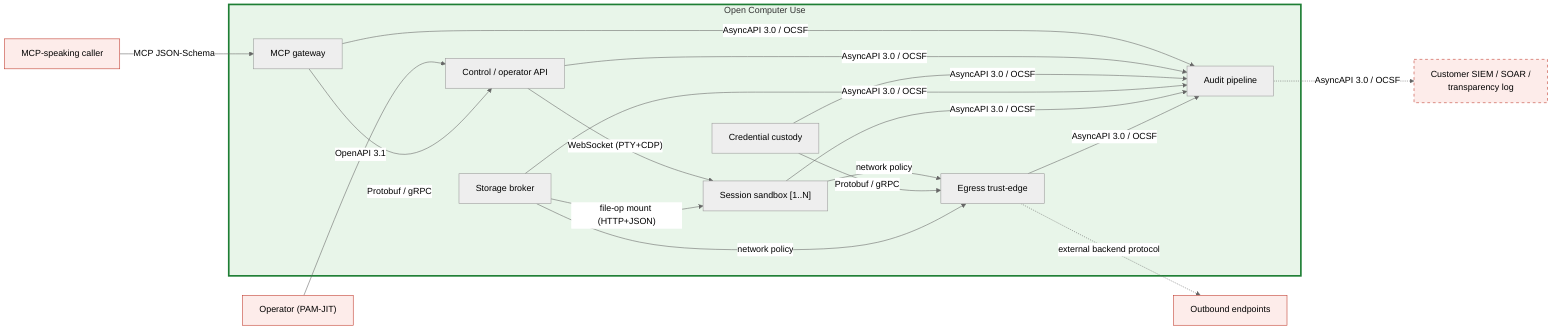
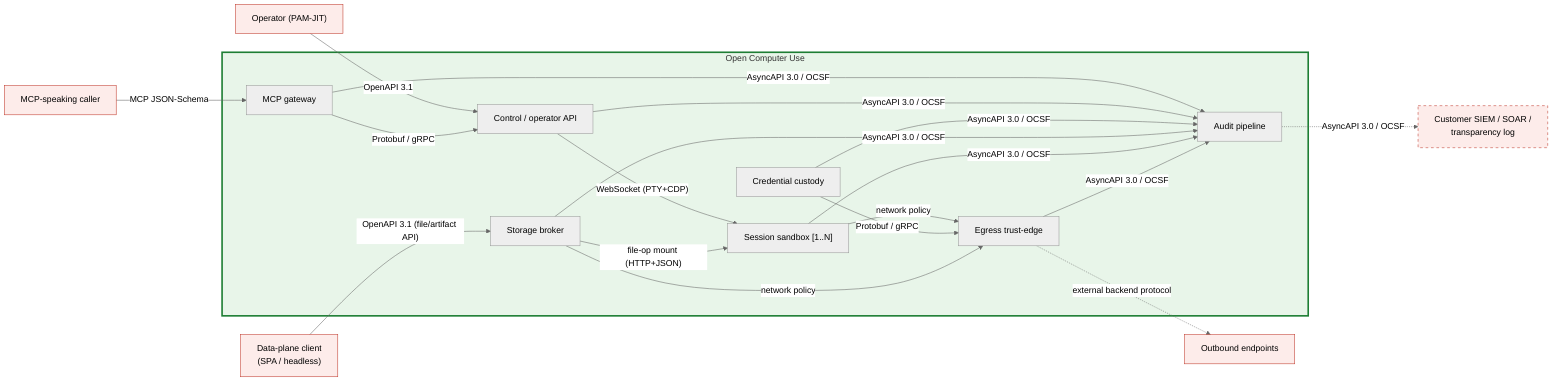
%% SPDX-License-Identifier: FSL-1.1-Apache-2.0
%% Copyright (c) 2025 Open Computer Use Contributors
%% Layer 8 (Contracts) overlay. Referenced from docs/architecture/08-contracts.md.
%% Same seven containers as diagrams/c4-container.mmd; edge labels carry the CONTRACT FORMAT
%% on each crossing, not the token/protocol. Zone shading is not redrawn — see Layer 3/6.
%% Solid = OCU-defined or conform-inbound; dashed = external party owns the wire format.

%%{init: {"theme": "neutral"} }%%
flowchart LR

    PEER["MCP-speaking caller"]:::ext
    OPER["Operator (PAM-JIT)"]:::ext
    UPSTREAM["Outbound endpoints"]:::ext
    SINK["Customer SIEM / SOAR /<br/>transparency log"]:::extOpt
+     DPC["Data-plane client<br/>(SPA / headless)"]:::ext

    subgraph OCU["Open Computer Use"]
        MCPG["MCP gateway"]
        CTRL["Control / operator API"]
        CUST["Credential custody"]
        STORE["Storage broker"]
        VM["Session sandbox [1..N]"]
        EDGE["Egress trust-edge"]
        AUD["Audit pipeline"]
    end

    PEER -->|"MCP JSON-Schema"| MCPG
    OPER -->|"OpenAPI 3.1"| CTRL
    MCPG -->|"Protobuf / gRPC"| CTRL
    CTRL -->|"WebSocket (PTY+CDP)"| VM
    STORE -->|"file-op mount (HTTP+JSON)"| VM
+     DPC -->|"OpenAPI 3.1 (file/artifact API)"| STORE
    VM -->|"network policy"| EDGE
    CUST -->|"Protobuf / gRPC"| EDGE
    STORE -->|"network policy"| EDGE
    EDGE -.->|"external backend protocol"| UPSTREAM

    MCPG -->|"AsyncAPI 3.0 / OCSF"| AUD
    CTRL -->|"AsyncAPI 3.0 / OCSF"| AUD
    CUST -->|"AsyncAPI 3.0 / OCSF"| AUD
    STORE -->|"AsyncAPI 3.0 / OCSF"| AUD
    VM -->|"AsyncAPI 3.0 / OCSF"| AUD
    EDGE -->|"AsyncAPI 3.0 / OCSF"| AUD
    AUD -.->|"AsyncAPI 3.0 / OCSF"| SINK

    classDef ext fill:#fdecea,stroke:#c0392b,stroke-width:1px;
    classDef extOpt fill:#fdecea,stroke:#c0392b,stroke-dasharray: 5 5;
    style OCU fill:#e8f5e9,stroke:#1e7e34,stroke-width:3px;
